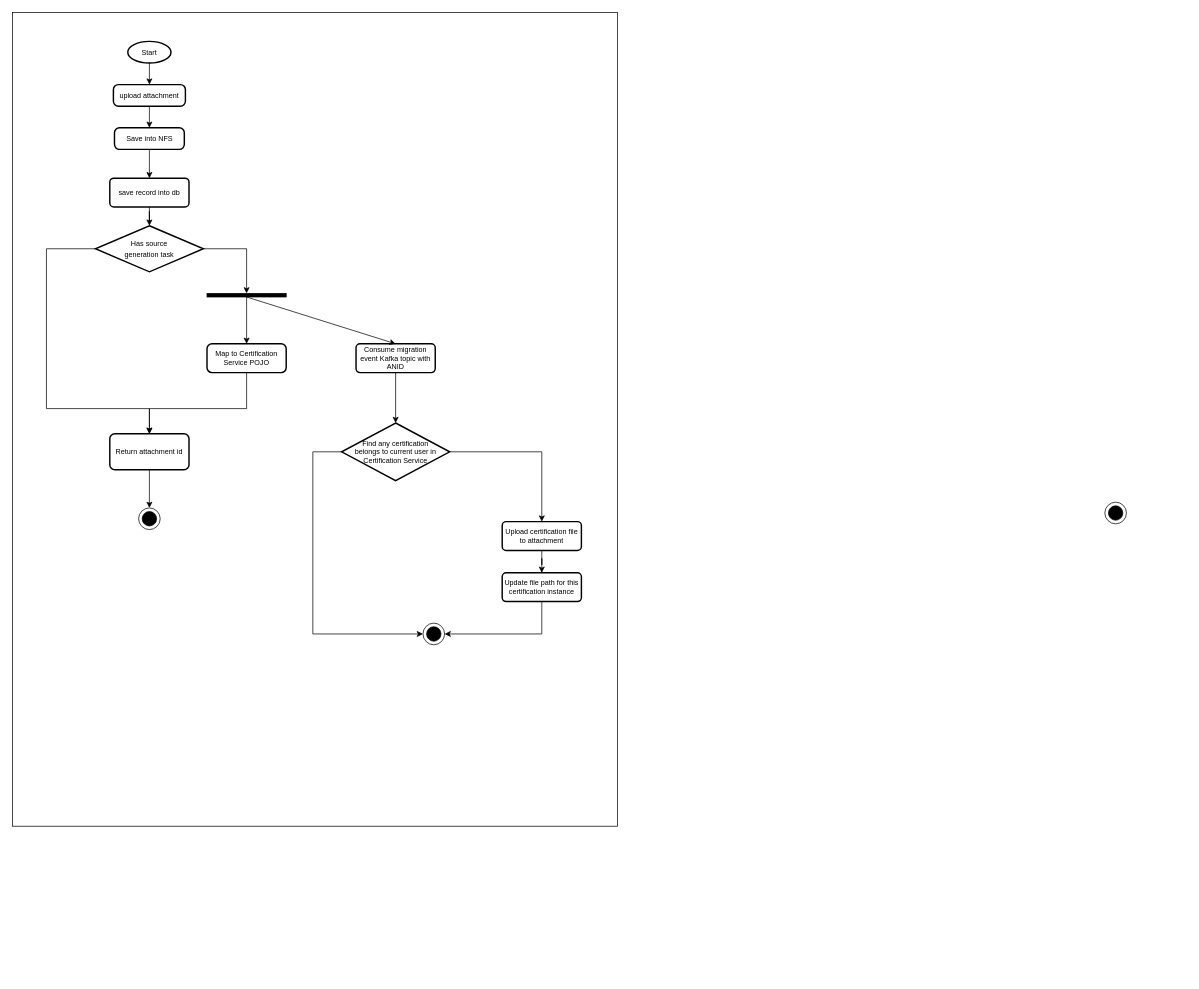
Above: page "Source generation" (1 of 8) of attachment-service.drawio in huangshijie/Drawio (draw.io), before the change. Source tidied: cells renumbered, new cells numbered last; positions are measured from the earlier drawing's top-left corner, leaving out a move shared by most shapes. Both pictures are drawn from the tidied source at 72%, with x=0, y=0 at pixel (12, 12).
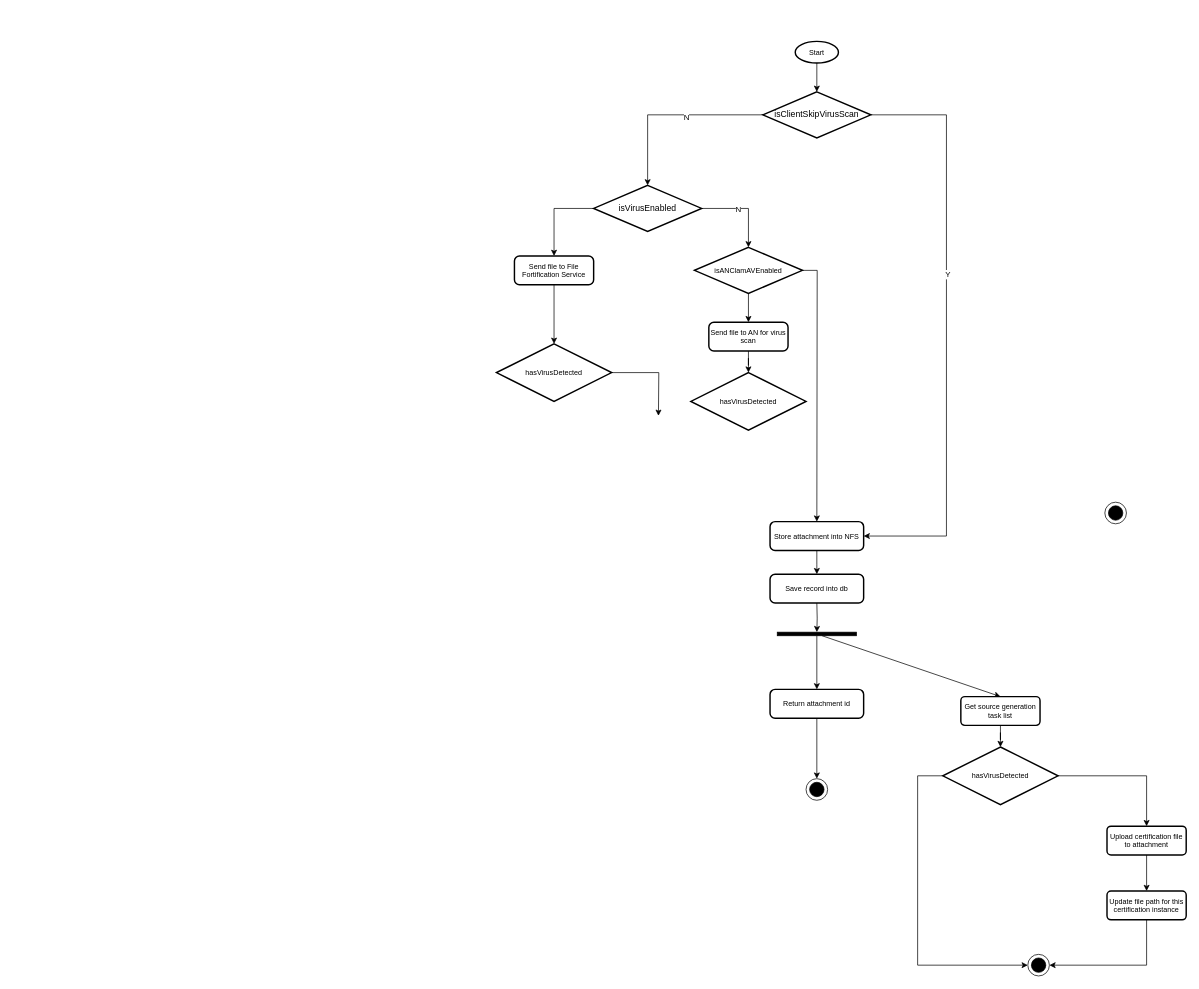
After the change.

Unchanged cells that the change refers to:
```xml
<mxCell id="36" style="verticalLabelPosition=bottom;verticalAlign=top;html=1;shape=mxgraph.flowchart.on-page_reference;fontSize=10;" parent="35" vertex="1">
  <mxGeometry width="30" height="30" as="geometry" />
</mxCell>
```

The edit, as a diff of the source:
```diff
@@
-    <mxCell id="2" style="rounded=0;whiteSpace=wrap;html=1;fontSize=10;fillColor=#FFFFFF;" parent="1" vertex="1">
-      <mxGeometry width="840" height="1130" as="geometry" />
-    </mxCell>
-    <mxCell id="3" value="Start" style="strokeWidth=2;html=1;shape=mxgraph.flowchart.start_1;whiteSpace=wrap;fontSize=10;" parent="1" vertex="1">
-      <mxGeometry x="160" y="40" width="60" height="30" as="geometry" />
-    </mxCell>
-    <mxCell id="4" value="upload attachment" style="rounded=1;whiteSpace=wrap;html=1;absoluteArcSize=1;arcSize=14;strokeWidth=2;fontSize=10;" parent="1" vertex="1">
-      <mxGeometry x="140" y="100" width="100" height="30" as="geometry" />
-    </mxCell>
-    <mxCell id="5" style="edgeStyle=none;rounded=0;sketch=0;jettySize=auto;html=1;entryX=0.5;entryY=0;entryDx=0;entryDy=0;fontSize=10;endArrow=classic;endFill=1;" parent="1" edge="1" source="3" target="4">
-      <mxGeometry relative="1" as="geometry" />
-    </mxCell>
-    <mxCell id="6" style="edgeStyle=none;rounded=0;sketch=0;jettySize=auto;html=1;fontSize=10;endArrow=classic;endFill=1;" parent="1" edge="1" source="4" target="8">
-      <mxGeometry relative="1" as="geometry" />
-    </mxCell>
-    <mxCell id="7" style="edgeStyle=orthogonalEdgeStyle;rounded=0;sketch=0;jettySize=auto;html=1;fontSize=10;endArrow=classic;endFill=1;entryX=0.5;entryY=0;entryDx=0;entryDy=0;" parent="1" edge="1" source="8" target="30">
-      <mxGeometry relative="1" as="geometry" />
-    </mxCell>
-    <mxCell id="8" value="Save into NFS" style="rounded=1;whiteSpace=wrap;html=1;absoluteArcSize=1;arcSize=14;strokeWidth=2;fontSize=10;fillColor=#FFFFFF;" parent="1" vertex="1">
-      <mxGeometry x="141.5" y="160" width="97" height="30" as="geometry" />
-    </mxCell>
-    <mxCell id="9" value="Consume migration event Kafka topic with ANID" style="whiteSpace=wrap;html=1;fontSize=10;fillColor=#FFFFFF;rounded=1;arcSize=14;strokeWidth=2;" parent="1" vertex="1">
-      <mxGeometry x="477" y="460" width="110" height="40" as="geometry" />
-    </mxCell>
-    <mxCell id="10" value="Map to Certification Service POJO" style="rounded=1;whiteSpace=wrap;html=1;absoluteArcSize=1;arcSize=14;strokeWidth=2;fontSize=10;fillColor=#FFFFFF;" parent="1" vertex="1">
-      <mxGeometry x="270" y="460" width="110" height="40" as="geometry" />
-    </mxCell>
-    <mxCell id="11" style="endArrow=classic;html=1;rounded=0;shadow=0;sketch=0;fontSize=10;entryX=0.5;entryY=0;entryDx=0;entryDy=0;exitX=0.5;exitY=1;exitDx=0;exitDy=0;" parent="1" edge="1" source="21" target="10">
-      <mxGeometry relative="1" as="geometry" />
-    </mxCell>
-    <mxCell id="12" style="endArrow=classic;html=1;rounded=0;shadow=0;sketch=0;fontSize=10;entryX=0.5;entryY=0;entryDx=0;entryDy=0;exitX=0.5;exitY=1;exitDx=0;exitDy=0;" parent="1" edge="1" source="21" target="9">
-      <mxGeometry relative="1" as="geometry" />
-    </mxCell>
-    <mxCell id="13" style="edgeStyle=orthogonalEdgeStyle;rounded=0;sketch=0;jettySize=auto;html=1;entryX=0.5;entryY=0;entryDx=0;entryDy=0;shadow=0;fontSize=10;endArrow=classic;endFill=1;exitX=0;exitY=0.5;exitDx=0;exitDy=0;exitPerimeter=0;" parent="1" edge="1" source="28" target="25">
-      <mxGeometry relative="1" as="geometry">
-        <Array as="points">
-          <mxPoint x="47" y="328" />
-          <mxPoint x="47" y="550" />
-          <mxPoint x="190" y="550" />
-        </Array>
-      </mxGeometry>
-    </mxCell>
-    <mxCell id="14" style="edgeStyle=orthogonalEdgeStyle;rounded=0;sketch=0;jettySize=auto;html=1;entryX=0.5;entryY=0;entryDx=0;entryDy=0;shadow=0;fontSize=10;endArrow=classic;endFill=1;exitX=0.5;exitY=1;exitDx=0;exitDy=0;" parent="1" edge="1" source="10" target="25">
-      <mxGeometry relative="1" as="geometry">
-        <Array as="points">
-          <mxPoint x="325" y="550" />
-          <mxPoint x="190" y="550" />
-        </Array>
-      </mxGeometry>
-    </mxCell>
-    <mxCell id="15" value="Upload certification file to attachment" style="whiteSpace=wrap;html=1;fontSize=10;fillColor=#FFFFFF;rounded=1;arcSize=14;strokeWidth=2;" parent="1" vertex="1">
-      <mxGeometry x="680" y="707" width="110" height="40" as="geometry" />
-    </mxCell>
-    <mxCell id="16" style="edgeStyle=orthogonalEdgeStyle;rounded=0;sketch=0;jettySize=auto;html=1;shadow=0;fontSize=10;endArrow=classic;endFill=1;exitX=1;exitY=0.5;exitDx=0;exitDy=0;exitPerimeter=0;" parent="1" edge="1" source="17" target="15">
-      <mxGeometry relative="1" as="geometry" />
-    </mxCell>
-    <mxCell id="17" value="Find any certification &lt;br&gt;belongs to current user in Certification Service" style="strokeWidth=2;html=1;shape=mxgraph.flowchart.decision;whiteSpace=wrap;fontSize=10;" parent="1" vertex="1">
-      <mxGeometry x="457" y="570" width="150" height="80" as="geometry" />
-    </mxCell>
-    <mxCell id="18" style="edgeStyle=orthogonalEdgeStyle;rounded=0;sketch=0;jettySize=auto;html=1;entryX=0.5;entryY=0;entryDx=0;entryDy=0;shadow=0;fontSize=10;endArrow=classic;endFill=1;entryPerimeter=0;" parent="1" edge="1" source="9" target="17">
-      <mxGeometry relative="1" as="geometry" />
-    </mxCell>
-    <mxCell id="19" value="Update file path for this certification instance" style="whiteSpace=wrap;html=1;fontSize=10;fillColor=#FFFFFF;rounded=1;arcSize=14;strokeWidth=2;" parent="1" vertex="1">
-      <mxGeometry x="680" y="778" width="110" height="40" as="geometry" />
-    </mxCell>
-    <mxCell id="20" style="edgeStyle=orthogonalEdgeStyle;rounded=0;sketch=0;jettySize=auto;html=1;entryX=0.5;entryY=0;entryDx=0;entryDy=0;shadow=0;fontSize=10;endArrow=classic;endFill=1;" parent="1" edge="1" source="15" target="19">
-      <mxGeometry relative="1" as="geometry" />
-    </mxCell>
-    <mxCell id="21" style="rounded=0;whiteSpace=wrap;html=1;fontSize=12;fillColor=#000000;" parent="1" vertex="1">
-      <mxGeometry x="270" y="390" width="110" height="5" as="geometry" />
-    </mxCell>
-    <mxCell id="22" style="verticalLabelPosition=bottom;verticalAlign=top;html=1;shape=mxgraph.flowchart.on-page_reference;fontSize=10;" parent="1" vertex="1">
-      <mxGeometry x="570" y="848" width="30" height="30" as="geometry" />
-    </mxCell>
-    <mxCell id="23" style="edgeStyle=orthogonalEdgeStyle;rounded=0;sketch=0;jettySize=auto;html=1;entryX=0;entryY=0.5;entryDx=0;entryDy=0;entryPerimeter=0;shadow=0;fontSize=10;endArrow=classic;endFill=1;exitX=0;exitY=0.5;exitDx=0;exitDy=0;exitPerimeter=0;" parent="1" edge="1" source="17" target="22">
-      <mxGeometry relative="1" as="geometry">
-        <Array as="points">
-          <mxPoint x="417" y="610" />
-          <mxPoint x="417" y="863" />
-        </Array>
-      </mxGeometry>
-    </mxCell>
-    <mxCell id="24" style="verticalLabelPosition=bottom;verticalAlign=top;html=1;shape=mxgraph.flowchart.on-page_reference;fontSize=10;fillColor=#000000;" parent="1" vertex="1">
-      <mxGeometry x="575" y="853" width="20" height="20" as="geometry" />
-    </mxCell>
-    <mxCell id="25" value="Return attachment id" style="rounded=1;whiteSpace=wrap;html=1;absoluteArcSize=1;arcSize=14;strokeWidth=2;fontSize=10;fillColor=#FFFFFF;" parent="1" vertex="1">
-      <mxGeometry x="135" y="585" width="110" height="50" as="geometry" />
-    </mxCell>
-    <mxCell id="26" style="edgeStyle=orthogonalEdgeStyle;rounded=0;sketch=0;jettySize=auto;html=1;entryX=1;entryY=0.5;entryDx=0;entryDy=0;entryPerimeter=0;shadow=0;fontSize=10;endArrow=classic;endFill=1;exitX=0.5;exitY=1;exitDx=0;exitDy=0;" parent="1" edge="1" source="19" target="22">
-      <mxGeometry relative="1" as="geometry" />
-    </mxCell>
-    <mxCell id="27" style="edgeStyle=none;rounded=0;jettySize=auto;html=1;entryX=0.5;entryY=0;entryDx=0;entryDy=0;entryPerimeter=0;fontSize=10;endArrow=classic;endFill=1;" parent="1" edge="1" source="25" target="36">
+    <mxCell id="27" style="edgeStyle=none;rounded=0;jettySize=auto;html=1;entryX=0.5;entryY=0;entryDx=0;entryDy=0;entryPerimeter=0;fontSize=10;endArrow=classic;endFill=1;exitX=0.5;exitY=1;exitDx=0;exitDy=0;" parent="1" edge="1" source="25" target="36">
       <mxGeometry relative="1" as="geometry" />
     </mxCell>
-    <mxCell id="28" value="&lt;span style=&quot;font-size: 10px;&quot;&gt;Has source &lt;br&gt;generation task&lt;/span&gt;" style="strokeWidth=2;html=1;shape=mxgraph.flowchart.decision;whiteSpace=wrap;fontSize=12;fillColor=#FFFFFF;" parent="1" vertex="1">
-      <mxGeometry x="115" y="296" width="150" height="64" as="geometry" />
-    </mxCell>
-    <mxCell id="29" style="edgeStyle=orthogonalEdgeStyle;rounded=0;jettySize=auto;html=1;entryX=0.5;entryY=0;entryDx=0;entryDy=0;entryPerimeter=0;" parent="1" edge="1" source="30" target="28">
-      <mxGeometry relative="1" as="geometry" />
-    </mxCell>
-    <mxCell id="30" value="save record into db" style="whiteSpace=wrap;html=1;fontSize=10;fillColor=#FFFFFF;rounded=1;arcSize=14;strokeWidth=2;" parent="1" vertex="1">
-      <mxGeometry x="135" y="230" width="110" height="40" as="geometry" />
-    </mxCell>
-    <mxCell id="31" style="edgeStyle=orthogonalEdgeStyle;rounded=0;jettySize=auto;html=1;entryX=0.5;entryY=0;entryDx=0;entryDy=0;exitX=1;exitY=0.5;exitDx=0;exitDy=0;exitPerimeter=0;" parent="1" edge="1" source="28" target="21">
-      <mxGeometry relative="1" as="geometry" />
-    </mxCell>
@@
     <mxCell id="35" style="group;" parent="1" vertex="1">
-      <mxGeometry x="175" y="688" width="30" height="30" as="geometry" />
+      <mxGeometry x="1102" y="1064" width="30" height="30" as="geometry" />
     </mxCell>
@@
+    <mxCell id="38" style="edgeStyle=orthogonalEdgeStyle;rounded=0;jettySize=auto;html=1;entryX=0.5;entryY=0;entryDx=0;entryDy=0;entryPerimeter=0;" parent="1" edge="1" source="3" target="43">
+      <mxGeometry relative="1" as="geometry" />
+    </mxCell>
+    <mxCell id="3" value="Start" style="strokeWidth=2;html=1;shape=mxgraph.flowchart.start_1;whiteSpace=wrap;fontSize=10;" parent="1" vertex="1">
+      <mxGeometry x="1087" y="40" width="60" height="30" as="geometry" />
+    </mxCell>
+    <mxCell id="39" style="edgeStyle=orthogonalEdgeStyle;rounded=0;jettySize=auto;html=1;entryX=1;entryY=0.5;entryDx=0;entryDy=0;" parent="1" edge="1" source="43" target="65">
+      <mxGeometry relative="1" as="geometry">
+        <Array as="points">
+          <mxPoint x="1297" y="142" />
+          <mxPoint x="1297" y="727" />
+        </Array>
+      </mxGeometry>
+    </mxCell>
+    <mxCell id="40" value="Y" style="edgeLabel;html=1;align=center;verticalAlign=middle;" parent="39" vertex="1">
+      <mxGeometry x="-0.53" y="1" relative="1" as="geometry">
+        <mxPoint y="137" as="offset" />
+      </mxGeometry>
+    </mxCell>
+    <mxCell id="41" style="edgeStyle=orthogonalEdgeStyle;rounded=0;jettySize=auto;html=1;entryX=0.5;entryY=0;entryDx=0;entryDy=0;entryPerimeter=0;" parent="1" edge="1" source="43" target="50">
+      <mxGeometry relative="1" as="geometry" />
+    </mxCell>
+    <mxCell id="42" value="N" style="edgeLabel;html=1;align=center;verticalAlign=middle;" parent="41" vertex="1">
+      <mxGeometry x="-0.17" y="2" relative="1" as="geometry" />
+    </mxCell>
+    <mxCell id="43" value="isClientSkipVirusScan" style="strokeWidth=2;html=1;shape=mxgraph.flowchart.decision;whiteSpace=wrap;fontSize=12;fillColor=#FFFFFF;" parent="1" vertex="1">
+      <mxGeometry x="1042" y="110" width="150" height="64" as="geometry" />
+    </mxCell>
+    <mxCell id="44" style="edgeStyle=orthogonalEdgeStyle;rounded=0;jettySize=auto;html=1;entryX=0.5;entryY=0;entryDx=0;entryDy=0;entryPerimeter=0;exitX=1;exitY=0.5;exitDx=0;exitDy=0;exitPerimeter=0;" parent="1" edge="1" source="50" target="48">
+      <mxGeometry relative="1" as="geometry" />
+    </mxCell>
+    <mxCell id="45" value="N" style="edgeLabel;html=1;align=center;verticalAlign=middle;" parent="44" vertex="1">
+      <mxGeometry x="-0.16" relative="1" as="geometry" />
+    </mxCell>
+    <mxCell id="46" style="edgeStyle=orthogonalEdgeStyle;rounded=0;jettySize=auto;html=1;entryX=0.5;entryY=0;entryDx=0;entryDy=0;exitX=1;exitY=0.5;exitDx=0;exitDy=0;exitPerimeter=0;" parent="1" edge="1" source="48">
+      <mxGeometry relative="1" as="geometry">
+        <mxPoint x="1117" y="707" as="targetPoint" />
+      </mxGeometry>
+    </mxCell>
+    <mxCell id="47" style="edgeStyle=orthogonalEdgeStyle;rounded=0;jettySize=auto;html=1;entryX=0.5;entryY=0;entryDx=0;entryDy=0;" parent="1" edge="1" source="48" target="56">
+      <mxGeometry relative="1" as="geometry" />
+    </mxCell>
+    <mxCell id="48" value="&lt;span style=&quot;font-size: 10px;&quot;&gt;isANClamAVEnabled&lt;/span&gt;" style="strokeWidth=2;html=1;shape=mxgraph.flowchart.decision;whiteSpace=wrap;fontSize=12;fillColor=#FFFFFF;" parent="1" vertex="1">
+      <mxGeometry x="947" y="326" width="150" height="64" as="geometry" />
+    </mxCell>
+    <mxCell id="49" style="edgeStyle=orthogonalEdgeStyle;rounded=0;jettySize=auto;html=1;entryX=0.5;entryY=0;entryDx=0;entryDy=0;exitX=0;exitY=0.5;exitDx=0;exitDy=0;exitPerimeter=0;" parent="1" edge="1" source="50" target="52">
+      <mxGeometry relative="1" as="geometry" />
+    </mxCell>
+    <mxCell id="50" value="isVirusEnabled" style="strokeWidth=2;html=1;shape=mxgraph.flowchart.decision;whiteSpace=wrap;fontSize=12;fillColor=#FFFFFF;" parent="1" vertex="1">
+      <mxGeometry x="807" y="240" width="150" height="64" as="geometry" />
+    </mxCell>
+    <mxCell id="51" style="edgeStyle=orthogonalEdgeStyle;rounded=0;jettySize=auto;html=1;entryX=0.5;entryY=0;entryDx=0;entryDy=0;entryPerimeter=0;" parent="1" edge="1" source="52" target="54">
+      <mxGeometry relative="1" as="geometry" />
+    </mxCell>
+    <mxCell id="52" value="Send file to File Fortification Service" style="rounded=1;whiteSpace=wrap;html=1;absoluteArcSize=1;arcSize=14;strokeWidth=2;fontSize=10;fillColor=#FFFFFF;" parent="1" vertex="1">
+      <mxGeometry x="697" y="338" width="110" height="40" as="geometry" />
+    </mxCell>
+    <mxCell id="53" style="edgeStyle=orthogonalEdgeStyle;rounded=0;jettySize=auto;html=1;" parent="1" edge="1" source="54">
+      <mxGeometry relative="1" as="geometry">
+        <mxPoint x="897" y="560" as="targetPoint" />
+      </mxGeometry>
+    </mxCell>
+    <mxCell id="54" value="hasVirusDetected" style="strokeWidth=2;html=1;shape=mxgraph.flowchart.decision;whiteSpace=wrap;fontSize=10;" parent="1" vertex="1">
+      <mxGeometry x="672" y="460" width="160" height="80" as="geometry" />
+    </mxCell>
+    <mxCell id="55" style="edgeStyle=orthogonalEdgeStyle;rounded=0;jettySize=auto;html=1;entryX=0.5;entryY=0;entryDx=0;entryDy=0;entryPerimeter=0;" parent="1" edge="1" source="56" target="57">
+      <mxGeometry relative="1" as="geometry" />
+    </mxCell>
+    <mxCell id="56" value="Send file to AN for virus scan" style="rounded=1;whiteSpace=wrap;html=1;absoluteArcSize=1;arcSize=14;strokeWidth=2;fontSize=10;fillColor=#FFFFFF;" parent="1" vertex="1">
+      <mxGeometry x="967" y="430" width="110" height="40" as="geometry" />
+    </mxCell>
+    <mxCell id="57" value="hasVirusDetected" style="strokeWidth=2;html=1;shape=mxgraph.flowchart.decision;whiteSpace=wrap;fontSize=10;" parent="1" vertex="1">
+      <mxGeometry x="942" y="500" width="160" height="80" as="geometry" />
+    </mxCell>
+    <mxCell id="58" style="edgeStyle=orthogonalEdgeStyle;rounded=0;jettySize=auto;html=1;entryX=0.5;entryY=0;entryDx=0;entryDy=0;" parent="1" edge="1" source="60" target="25">
+      <mxGeometry relative="1" as="geometry" />
+    </mxCell>
+    <mxCell id="59" style="rounded=0;jettySize=auto;html=1;entryX=0.5;entryY=0;entryDx=0;entryDy=0;" parent="1" edge="1" source="60" target="62">
+      <mxGeometry relative="1" as="geometry" />
+    </mxCell>
+    <mxCell id="60" style="rounded=0;whiteSpace=wrap;html=1;fontSize=12;fillColor=#000000;" parent="1" vertex="1">
+      <mxGeometry x="1062" y="860.5" width="110" height="5" as="geometry" />
+    </mxCell>
+    <mxCell id="61" style="edgeStyle=orthogonalEdgeStyle;rounded=0;jettySize=auto;html=1;entryX=0.5;entryY=0;entryDx=0;entryDy=0;entryPerimeter=0;" parent="1" edge="1" source="62" target="63">
+      <mxGeometry relative="1" as="geometry" />
+    </mxCell>
+    <mxCell id="62" value="Get source generation task list" style="whiteSpace=wrap;html=1;fontSize=10;fillColor=#FFFFFF;rounded=1;arcSize=14;strokeWidth=2;" parent="1" vertex="1">
+      <mxGeometry x="1317" y="950" width="110" height="40" as="geometry" />
+    </mxCell>
+    <mxCell id="63" value="hasVirusDetected" style="strokeWidth=2;html=1;shape=mxgraph.flowchart.decision;whiteSpace=wrap;fontSize=10;" parent="1" vertex="1">
+      <mxGeometry x="1292" y="1020" width="160" height="80" as="geometry" />
+    </mxCell>
+    <mxCell id="64" style="edgeStyle=orthogonalEdgeStyle;rounded=0;jettySize=auto;html=1;" parent="1" edge="1" source="65">
+      <mxGeometry relative="1" as="geometry">
+        <mxPoint x="1117" y="780" as="targetPoint" />
+      </mxGeometry>
+    </mxCell>
+    <mxCell id="65" value="Store attachment into NFS" style="rounded=1;whiteSpace=wrap;html=1;absoluteArcSize=1;arcSize=14;strokeWidth=2;fontSize=10;fillColor=#FFFFFF;" parent="1" vertex="1">
+      <mxGeometry x="1052" y="707" width="130" height="40" as="geometry" />
+    </mxCell>
+    <mxCell id="66" style="edgeStyle=orthogonalEdgeStyle;rounded=0;jettySize=auto;html=1;entryX=0.5;entryY=0;entryDx=0;entryDy=0;" parent="1" edge="1" target="60">
+      <mxGeometry relative="1" as="geometry">
+        <mxPoint x="1117" y="820" as="sourcePoint" />
+      </mxGeometry>
+    </mxCell>
+    <mxCell id="67" value="Save record into db" style="rounded=1;whiteSpace=wrap;html=1;absoluteArcSize=1;arcSize=14;strokeWidth=2;fontSize=10;fillColor=#FFFFFF;" parent="1" vertex="1">
+      <mxGeometry x="1052" y="780" width="130" height="40" as="geometry" />
+    </mxCell>
+    <mxCell id="25" value="Return attachment id" style="rounded=1;whiteSpace=wrap;html=1;absoluteArcSize=1;arcSize=14;strokeWidth=2;fontSize=10;fillColor=#FFFFFF;" parent="1" vertex="1">
+      <mxGeometry x="1052" y="940" width="130" height="40" as="geometry" />
+    </mxCell>
+    <mxCell id="15" value="Upload certification file to attachment" style="whiteSpace=wrap;html=1;fontSize=10;fillColor=#FFFFFF;rounded=1;arcSize=14;strokeWidth=2;" parent="1" vertex="1">
+      <mxGeometry x="1520" y="1130" width="110" height="40" as="geometry" />
+    </mxCell>
+    <mxCell id="68" style="edgeStyle=orthogonalEdgeStyle;rounded=0;sketch=0;jettySize=auto;html=1;shadow=0;fontSize=10;endArrow=classic;endFill=1;exitX=1;exitY=0.5;exitDx=0;exitDy=0;exitPerimeter=0;" parent="1" edge="1" source="63" target="15">
+      <mxGeometry relative="1" as="geometry" />
+    </mxCell>
+    <mxCell id="19" value="Update file path for this certification instance" style="whiteSpace=wrap;html=1;fontSize=10;fillColor=#FFFFFF;rounded=1;arcSize=14;strokeWidth=2;" parent="1" vertex="1">
+      <mxGeometry x="1520" y="1220" width="110" height="40" as="geometry" />
+    </mxCell>
+    <mxCell id="20" style="edgeStyle=orthogonalEdgeStyle;rounded=0;sketch=0;jettySize=auto;html=1;entryX=0.5;entryY=0;entryDx=0;entryDy=0;shadow=0;fontSize=10;endArrow=classic;endFill=1;" parent="1" edge="1" source="15" target="19">
+      <mxGeometry relative="1" as="geometry" />
+    </mxCell>
+    <mxCell id="69" style="verticalLabelPosition=bottom;verticalAlign=top;html=1;shape=mxgraph.flowchart.on-page_reference;fontSize=10;" parent="1" vertex="1">
+      <mxGeometry x="1410" y="1308" width="30" height="30" as="geometry" />
+    </mxCell>
+    <mxCell id="70" style="edgeStyle=orthogonalEdgeStyle;rounded=0;sketch=0;jettySize=auto;html=1;entryX=0;entryY=0.5;entryDx=0;entryDy=0;entryPerimeter=0;shadow=0;fontSize=10;endArrow=classic;endFill=1;exitX=0;exitY=0.5;exitDx=0;exitDy=0;exitPerimeter=0;" parent="1" edge="1" source="63" target="69">
+      <mxGeometry relative="1" as="geometry">
+        <Array as="points">
+          <mxPoint x="1257" y="1060" />
+          <mxPoint x="1257" y="1323" />
+        </Array>
+      </mxGeometry>
+    </mxCell>
+    <mxCell id="71" style="verticalLabelPosition=bottom;verticalAlign=top;html=1;shape=mxgraph.flowchart.on-page_reference;fontSize=10;fillColor=#000000;" parent="1" vertex="1">
+      <mxGeometry x="1415" y="1313" width="20" height="20" as="geometry" />
+    </mxCell>
+    <mxCell id="72" style="edgeStyle=orthogonalEdgeStyle;rounded=0;sketch=0;jettySize=auto;html=1;entryX=1;entryY=0.5;entryDx=0;entryDy=0;entryPerimeter=0;shadow=0;fontSize=10;endArrow=classic;endFill=1;exitX=0.5;exitY=1;exitDx=0;exitDy=0;" parent="1" edge="1" source="19" target="69">
+      <mxGeometry relative="1" as="geometry" />
+    </mxCell>
```
